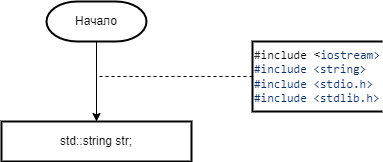
Before: 2 Семестр/Labs/6 Лаба/6 Лаба.png, a diagram exported from draw.io (IlyaFedoseev227/LABS-PNRPU-IVT-22-1b). Source tidied: cells renumbered, new cells last; positions are measured from the earlier drawing's top-left corner, leaving out a move shared by most shapes.
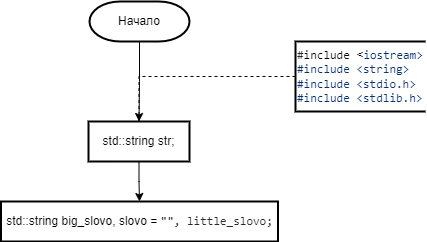
Later version of the same file.

What changed in the source:
```diff
@@ -8,14 +8,24 @@
     <mxCell id="3" value="Начало" style="strokeWidth=2;html=1;shape=mxgraph.flowchart.terminator;whiteSpace=wrap;" parent="1" vertex="1">
       <mxGeometry x="45" width="100" height="40" as="geometry" />
     </mxCell>
+    <mxCell id="7" style="edgeStyle=orthogonalEdgeStyle;rounded=0;jettySize=auto;html=1;exitX=0.5;exitY=1;exitDx=0;exitDy=0;strokeWidth=1;endArrow=classic;endFill=1;" parent="1" edge="1" source="4" target="8">
+      <mxGeometry relative="1" as="geometry" />
+    </mxCell>
     <mxCell id="4" value="&lt;div style=&quot;text-align: start;&quot;&gt;std::string str;&lt;br&gt;&lt;/div&gt;" style="shape=parallelogram;perimeter=parallelogramPerimeter;whiteSpace=wrap;html=1;fixedSize=1;strokeWidth=2;size=-6;" parent="1" vertex="1">
-      <mxGeometry y="120" width="190" height="40" as="geometry" />
+      <mxGeometry x="44" y="120" width="101" height="40" as="geometry" />
     </mxCell>
     <mxCell id="5" style="edgeStyle=orthogonalEdgeStyle;rounded=0;jettySize=auto;html=1;exitX=0;exitY=0.5;exitDx=0;exitDy=0;exitPerimeter=0;entryX=0.5;entryY=0;entryDx=0;entryDy=0;strokeWidth=1;endArrow=none;endFill=0;dashed=1;" parent="1" edge="1" source="6" target="4">
-      <mxGeometry relative="1" as="geometry" />
+      <mxGeometry relative="1" as="geometry">
+        <Array as="points">
+          <mxPoint x="95" y="75" />
+        </Array>
+      </mxGeometry>
     </mxCell>
     <mxCell id="6" value="&lt;span style=&quot;color: rgb(36, 41, 47); font-family: ui-monospace, SFMono-Regular, &amp;quot;SF Mono&amp;quot;, Menlo, Consolas, &amp;quot;Liberation Mono&amp;quot;, monospace; background-color: rgb(255, 255, 255);&quot;&gt;#&lt;/span&gt;&lt;span style=&quot;box-sizing: border-box; color: var(--color-prettylights-syntax-keyword); font-family: ui-monospace, SFMono-Regular, &amp;quot;SF Mono&amp;quot;, Menlo, Consolas, &amp;quot;Liberation Mono&amp;quot;, monospace; background-color: rgb(255, 255, 255);&quot; class=&quot;pl-k&quot;&gt;include&amp;nbsp;&lt;/span&gt;&lt;span style=&quot;color: rgb(36, 41, 47); font-family: ui-monospace, SFMono-Regular, &amp;quot;SF Mono&amp;quot;, Menlo, Consolas, &amp;quot;Liberation Mono&amp;quot;, monospace; background-color: rgb(255, 255, 255);&quot;&gt;&lt;/span&gt;&lt;span style=&quot;box-sizing: border-box; background-color: rgb(255, 255, 255);&quot; class=&quot;pl-s&quot;&gt;&lt;/span&gt;&amp;lt;&lt;span style=&quot;color: rgb(10, 48, 105); font-family: ui-monospace, SFMono-Regular, &amp;quot;SF Mono&amp;quot;, Menlo, Consolas, &amp;quot;Liberation Mono&amp;quot;, monospace; background-color: rgb(255, 255, 255);&quot;&gt;iostream&lt;/span&gt;&lt;span style=&quot;box-sizing: border-box; color: rgb(10, 48, 105); font-family: ui-monospace, SFMono-Regular, &amp;quot;SF Mono&amp;quot;, Menlo, Consolas, &amp;quot;Liberation Mono&amp;quot;, monospace; background-color: rgb(255, 255, 255);&quot; class=&quot;pl-pds&quot;&gt;&amp;gt;&lt;br&gt;#&lt;span style=&quot;box-sizing: border-box; color: var(--color-prettylights-syntax-keyword);&quot; class=&quot;pl-k&quot;&gt;include&lt;/span&gt;&lt;span style=&quot;color: rgb(36, 41, 47);&quot;&gt; &lt;/span&gt;&lt;span style=&quot;box-sizing: border-box; color: var(--color-prettylights-syntax-string);&quot; class=&quot;pl-s&quot;&gt;&lt;span style=&quot;box-sizing: border-box; color: var(--color-prettylights-syntax-string);&quot; class=&quot;pl-pds&quot;&gt;&amp;lt;&lt;/span&gt;string&lt;span style=&quot;box-sizing: border-box; color: var(--color-prettylights-syntax-string);&quot; class=&quot;pl-pds&quot;&gt;&amp;gt;&lt;br&gt;&lt;/span&gt;&lt;/span&gt;#&lt;span style=&quot;box-sizing: border-box; color: var(--color-prettylights-syntax-keyword);&quot; class=&quot;pl-k&quot;&gt;include&lt;/span&gt;&lt;span style=&quot;color: rgb(36, 41, 47);&quot;&gt; &lt;/span&gt;&lt;span style=&quot;box-sizing: border-box; color: var(--color-prettylights-syntax-string);&quot; class=&quot;pl-s&quot;&gt;&lt;span style=&quot;box-sizing: border-box; color: var(--color-prettylights-syntax-string);&quot; class=&quot;pl-pds&quot;&gt;&amp;lt;&lt;/span&gt;stdio.h&lt;span style=&quot;box-sizing: border-box; color: var(--color-prettylights-syntax-string);&quot; class=&quot;pl-pds&quot;&gt;&amp;gt;&lt;br&gt;&lt;/span&gt;&lt;/span&gt;#&lt;span style=&quot;box-sizing: border-box; color: var(--color-prettylights-syntax-keyword);&quot; class=&quot;pl-k&quot;&gt;include&lt;/span&gt;&lt;span style=&quot;color: rgb(36, 41, 47);&quot;&gt; &lt;/span&gt;&lt;span style=&quot;box-sizing: border-box; color: var(--color-prettylights-syntax-string);&quot; class=&quot;pl-s&quot;&gt;&lt;span style=&quot;box-sizing: border-box; color: var(--color-prettylights-syntax-string);&quot; class=&quot;pl-pds&quot;&gt;&amp;lt;&lt;/span&gt;stdlib.h&lt;span style=&quot;box-sizing: border-box; color: var(--color-prettylights-syntax-string);&quot; class=&quot;pl-pds&quot;&gt;&amp;gt;&lt;/span&gt;&lt;/span&gt;&lt;br&gt;&lt;/span&gt;" style="strokeWidth=2;html=1;shape=mxgraph.flowchart.annotation_1;align=left;" parent="1" vertex="1">
       <mxGeometry x="251" y="40" width="130" height="70" as="geometry" />
     </mxCell>
+    <mxCell id="8" value="&lt;div style=&quot;text-align: start;&quot;&gt;std::string big_slovo, slovo = &lt;span style=&quot;box-sizing: border-box; color: var(--color-prettylights-syntax-string); font-family: ui-monospace, SFMono-Regular, &amp;quot;SF Mono&amp;quot;, Menlo, Consolas, &amp;quot;Liberation Mono&amp;quot;, monospace; background-color: rgb(255, 255, 255);&quot; class=&quot;pl-s&quot;&gt;&lt;span style=&quot;box-sizing: border-box; color: var(--color-prettylights-syntax-string);&quot; class=&quot;pl-pds&quot;&gt;&quot;&lt;/span&gt;&lt;span style=&quot;box-sizing: border-box; color: var(--color-prettylights-syntax-string);&quot; class=&quot;pl-pds&quot;&gt;&quot;&lt;/span&gt;&lt;/span&gt;&lt;span style=&quot;color: rgb(36, 41, 47); font-family: ui-monospace, SFMono-Regular, &amp;quot;SF Mono&amp;quot;, Menlo, Consolas, &amp;quot;Liberation Mono&amp;quot;, monospace; background-color: rgb(255, 255, 255);&quot;&gt;, little_slovo;&lt;/span&gt;&lt;br&gt;&lt;/div&gt;" style="shape=parallelogram;perimeter=parallelogramPerimeter;whiteSpace=wrap;html=1;fixedSize=1;strokeWidth=2;size=-6;" parent="1" vertex="1">
+      <mxGeometry x="-43.5" y="200" width="277" height="40" as="geometry" />
+    </mxCell>
   </root>
 </mxGraphModel>
```
